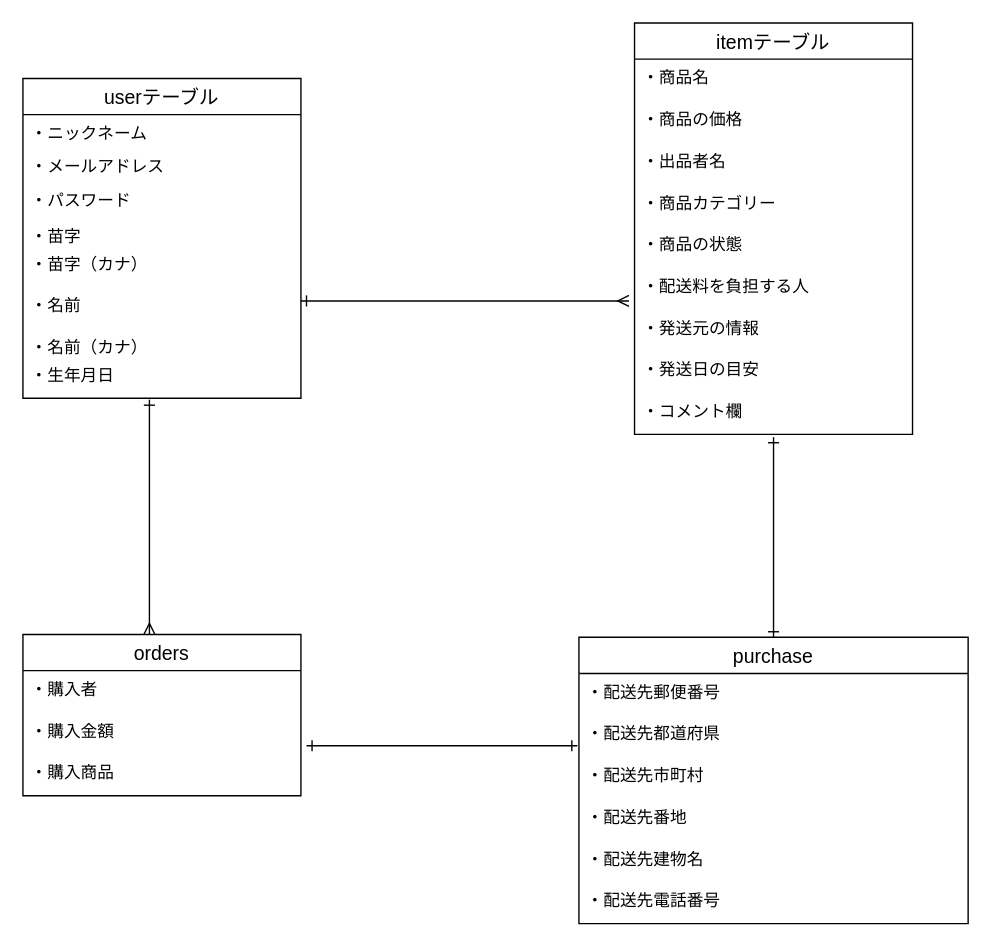
This is furima35256.dio from riyo-y/furima-35256, a draw.io file, before an edit. Source tidied: cells renumbered, new cells numbered last; positions are measured from the earlier drawing's top-left corner, leaving out a move shared by most shapes. Both pictures are drawn from the tidied source at 139%, with x=0, y=0 at pixel (22, 22).
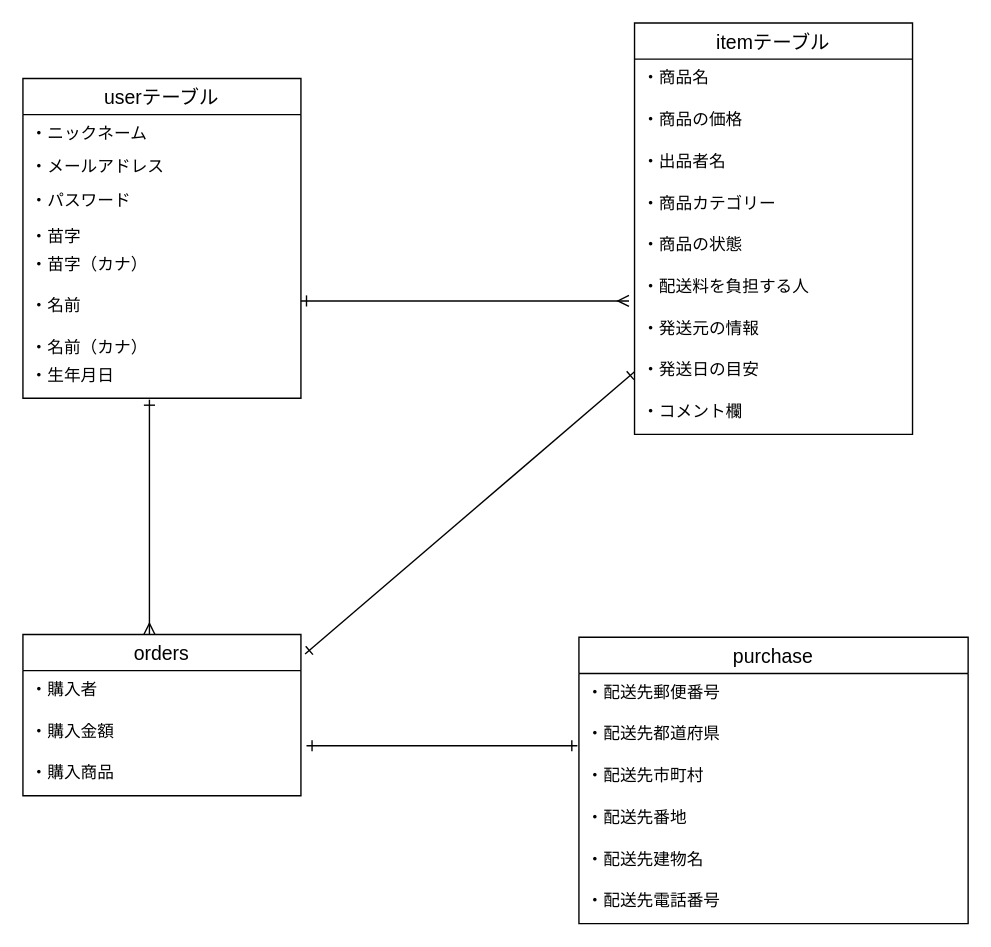
Above is the later version.

Commit message (it also covers changes not shown here):
ER図、READMEの修正

The change refers to these unchanged cells:
```xml
<mxCell id="19" value="・発送日の目安" style="text;strokeColor=none;fillColor=none;spacingLeft=4;spacingRight=4;overflow=hidden;points=[[0,0.5],[1,0.5]];portConstraint=eastwest;fontSize=12;" parent="11" vertex="1">
  <mxGeometry y="236" width="200" height="30" as="geometry" />
</mxCell>
<mxCell id="20" value="・コメント欄" style="text;strokeColor=none;fillColor=none;spacingLeft=4;spacingRight=4;overflow=hidden;points=[[0,0.5],[1,0.5]];portConstraint=eastwest;fontSize=12;" parent="11" vertex="1">
  <mxGeometry y="266" width="200" height="30" as="geometry" />
</mxCell>
<mxCell id="21" value="purchase" style="swimlane;fontStyle=0;horizontal=1;startSize=26;align=center;fontSize=14;" parent="1" vertex="1">
  <mxGeometry x="400" y="442" width="280" height="206" as="geometry" />
</mxCell>
<mxCell id="28" value="orders" style="swimlane;fontStyle=0;horizontal=1;startSize=26;align=center;fontSize=14;" parent="1" vertex="1">
  <mxGeometry y="440" width="200" height="116" as="geometry" />
</mxCell>
```

Change to the diagram source:
```diff
@@
-    <mxCell id="33" style="fontSize=12;html=1;endArrow=ERone;endFill=1;startArrow=ERone;startFill=0;exitX=0.5;exitY=0;exitDx=0;exitDy=0;entryX=0.5;entryY=1.067;entryDx=0;entryDy=0;entryPerimeter=0;" parent="1" edge="1" source="21" target="20">
-      <mxGeometry relative="1" as="geometry" />
-    </mxCell>
@@
+    <mxCell id="36" style="fontSize=12;html=1;endArrow=ERone;endFill=1;startArrow=ERone;startFill=0;entryX=0;entryY=0.5;entryDx=0;entryDy=0;exitX=1.015;exitY=0.121;exitDx=0;exitDy=0;exitPerimeter=0;" parent="1" edge="1" source="28" target="19">
+      <mxGeometry relative="1" as="geometry" />
+    </mxCell>
```
